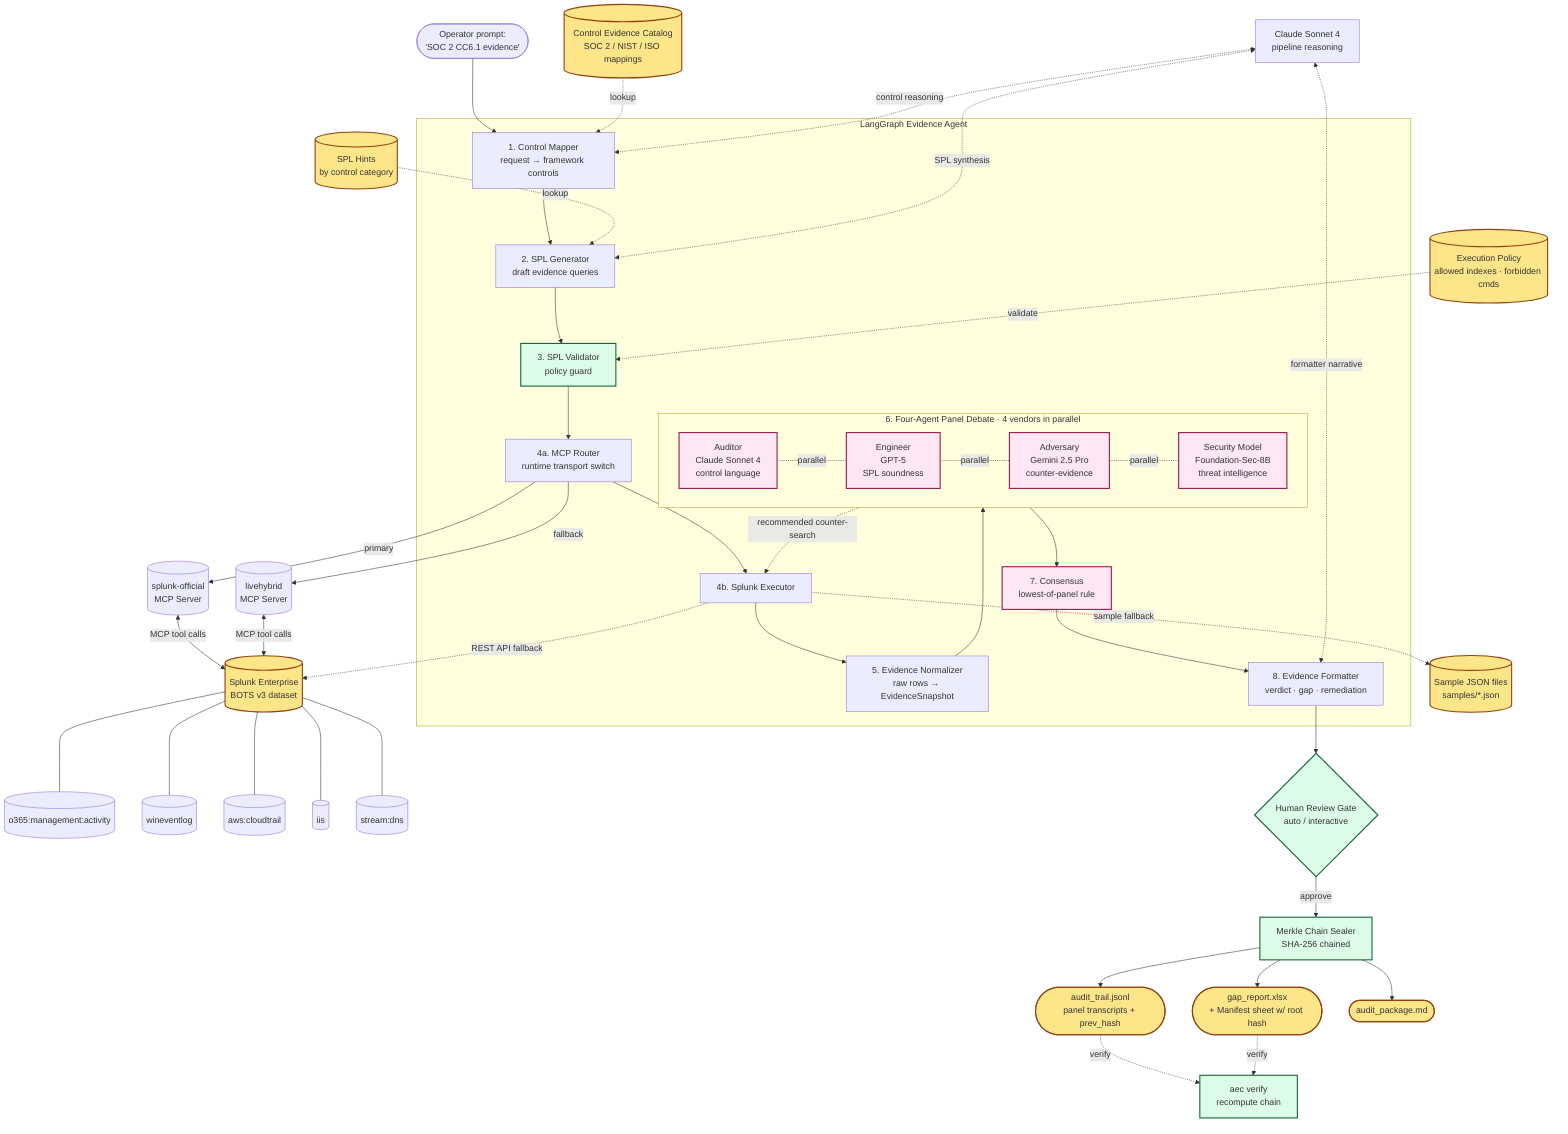
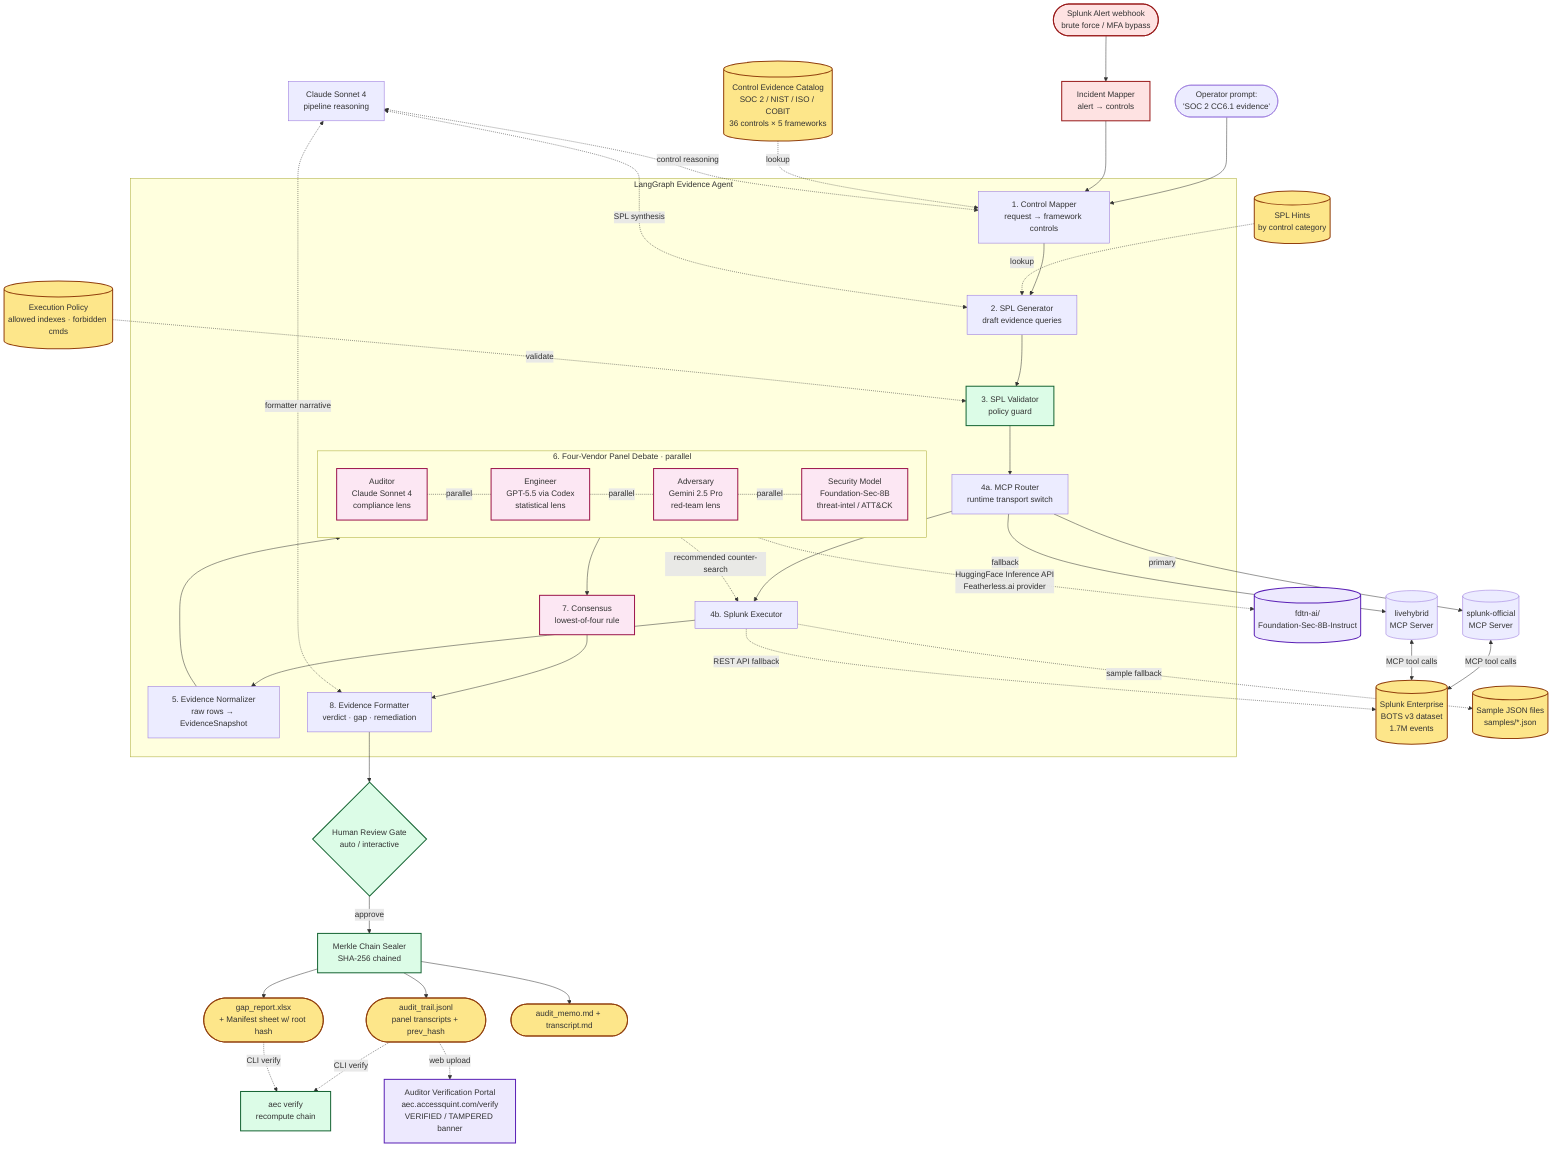
flowchart TD
    O([Operator prompt:<br/>'SOC 2 CC6.1 evidence']) --> CM
+     ALERT([Splunk Alert webhook<br/>brute force / MFA bypass]) --> INC[Incident Mapper<br/>alert → controls]
+     INC --> CM

    subgraph Agent[LangGraph Evidence Agent]
        CM[1. Control Mapper<br/>request → framework controls] --> SG[2. SPL Generator<br/>draft evidence queries]
        SG --> SV[3. SPL Validator<br/>policy guard]
        SV --> MCPR[4a. MCP Router<br/>runtime transport switch]
        MCPR --> SE[4b. Splunk Executor]
        SE --> EN[5. Evidence Normalizer<br/>raw rows → EvidenceSnapshot]

        EN --> PANEL

-         subgraph PANEL[6. Four-Agent Panel Debate · 4 vendors in parallel]
+         subgraph PANEL[6. Four-Vendor Panel Debate · parallel]
            direction LR
-             AUD[Auditor<br/>Claude Sonnet 4<br/>control language] -.parallel.- ENG[Engineer<br/>GPT-5<br/>SPL soundness]
-             ENG -.parallel.- ADV[Adversary<br/>Gemini 2.5 Pro<br/>counter-evidence]
-             ADV -.parallel.- SEC[Security Model<br/>Foundation-Sec-8B<br/>threat intelligence]
+             AUD[Auditor<br/>Claude Sonnet 4<br/>compliance lens] -.parallel.- ENG[Engineer<br/>GPT-5.5 via Codex<br/>statistical lens]
+             ENG -.parallel.- ADV[Adversary<br/>Gemini 2.5 Pro<br/>red-team lens]
+             ADV -.parallel.- SEC[Security Model<br/>Foundation-Sec-8B<br/>threat-intel / ATT&CK]
        end

-         PANEL --> CON[7. Consensus<br/>lowest-of-panel rule]
+         PANEL --> CON[7. Consensus<br/>lowest-of-four rule]
        CON --> FM[8. Evidence Formatter<br/>verdict · gap · remediation]
    end

-     CAT[(Control Evidence Catalog<br/>SOC 2 / NIST / ISO mappings)] -.lookup.-> CM
+     CAT[(Control Evidence Catalog<br/>SOC 2 / NIST / ISO / COBIT<br/>36 controls × 5 frameworks)] -.lookup.-> CM
    HINT[(SPL Hints<br/>by control category)] -.lookup.-> SG
    POLICY[(Execution Policy<br/>allowed indexes · forbidden cmds)] -.validate.-> SV

    MCPR -->|primary| MCP_OFF[(splunk-official<br/>MCP Server)]
    MCPR -->|fallback| MCP_LH[(livehybrid<br/>MCP Server)]
-     MCP_OFF <-->|MCP tool calls| SPL[(Splunk Enterprise<br/>BOTS v3 dataset)]
+     MCP_OFF <-->|MCP tool calls| SPL[(Splunk Enterprise<br/>BOTS v3 dataset<br/>1.7M events)]
    MCP_LH <-->|MCP tool calls| SPL
    SE -.->|REST API fallback| SPL
    SE -.->|sample fallback| SAMPLES[(Sample JSON files<br/>samples/*.json)]
-     SPL --- O365[(o365:management:activity)]
-     SPL --- WEVT[(wineventlog)]
-     SPL --- CT[(aws:cloudtrail)]
-     SPL --- IIS[(iis)]
-     SPL --- DNS[(stream:dns)]

    ADV -.recommended counter-search.-> SE

    FM --> REVIEW{Human Review Gate<br/>auto / interactive}
    REVIEW -->|approve| MERKLE[Merkle Chain Sealer<br/>SHA-256 chained]
    MERKLE --> OUT([gap_report.xlsx<br/>+ Manifest sheet w/ root hash])
-     MERKLE --> LOG([audit_trail.jsonl<br/>panel transcripts + prev_hash])
-     MERKLE --> MD([audit_package.md])
+     MERKLE --> JSONL([audit_trail.jsonl<br/>panel transcripts + prev_hash])
+     MERKLE --> MD([audit_memo.md + transcript.md])

-     LOG -.verify.-> VER[aec verify<br/>recompute chain]
-     OUT -.verify.-> VER
+     JSONL -.CLI verify.-> VER[aec verify<br/>recompute chain]
+     OUT -.CLI verify.-> VER
+     JSONL -.web upload.-> PORTAL[Auditor Verification Portal<br/>aec.accessquint.com/verify<br/>VERIFIED / TAMPERED banner]

    LLM_PIPE[Claude Sonnet 4<br/>pipeline reasoning] <-.control reasoning.-> CM
    LLM_PIPE <-.SPL synthesis.-> SG
    LLM_PIPE <-.formatter narrative.-> FM

+     SEC -.->|HuggingFace Inference API<br/>Featherless.ai provider| HF[(fdtn-ai/<br/>Foundation-Sec-8B-Instruct)]
+ 
    classDef accent fill:#fde68a,stroke:#92400e,stroke-width:2px;
    classDef data fill:#dbeafe,stroke:#1e40af;
    classDef guard fill:#dcfce7,stroke:#166534,stroke-width:2px;
    classDef panel fill:#fce7f3,stroke:#9d174d,stroke-width:2px;
+     classDef incident fill:#fee2e2,stroke:#991b1b,stroke-width:2px;
+     classDef portal fill:#ede9fe,stroke:#5b21b6,stroke-width:2px;
    class SPL,SAMPLES accent
-     class CAT,HINT,POLICY,OUT,LOG,MD accent
+     class CAT,HINT,POLICY,OUT,JSONL,MD accent
    class SV,REVIEW,MERKLE,VER guard
    class AUD,ENG,ADV,SEC,CON panel
+     class ALERT,INC incident
+     class PORTAL,HF portal
